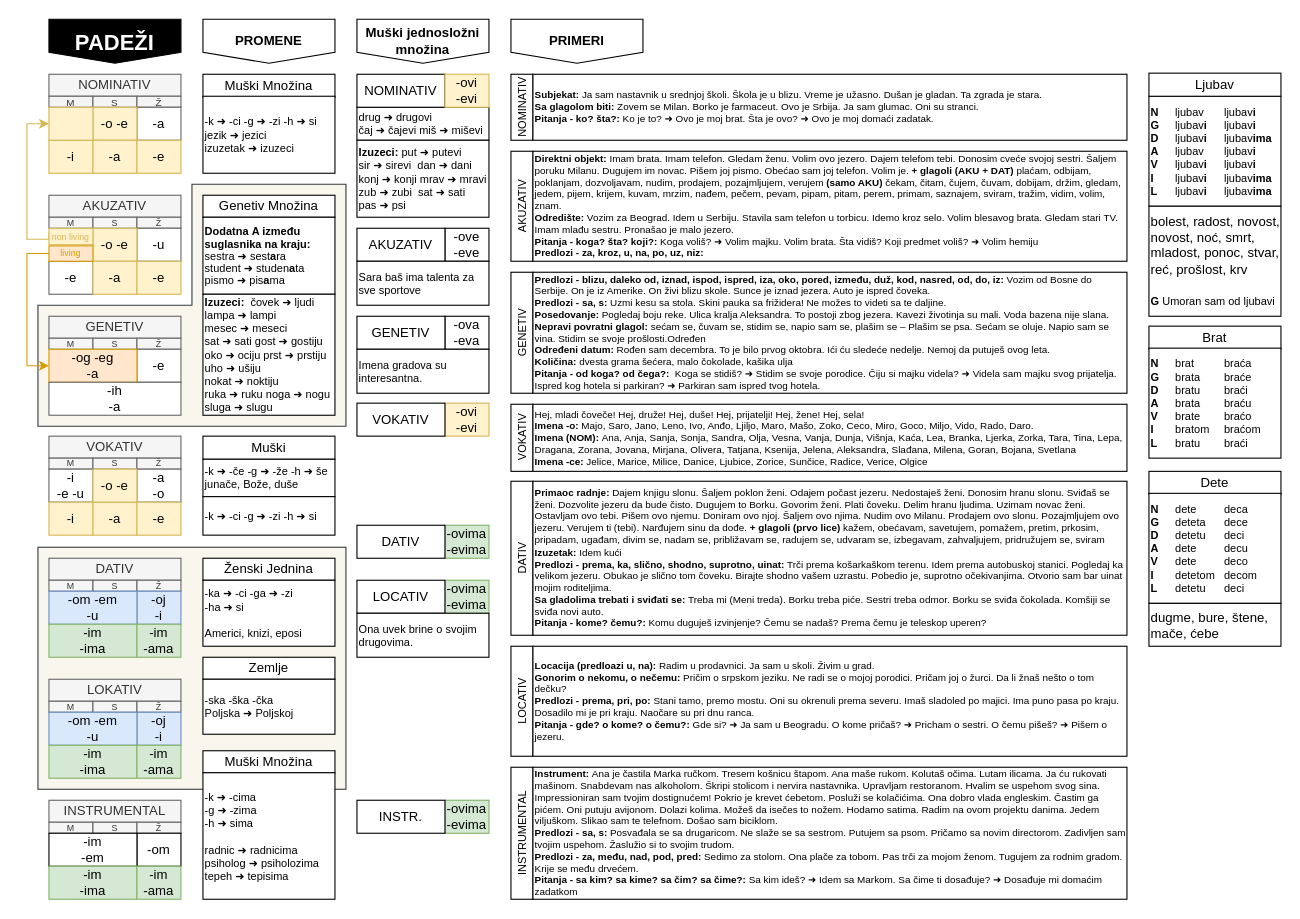
Before: padezi.drawio in vlandivir/srpski, a draw.io diagram. Source tidied: cells renumbered, new cells numbered last; positions are measured from the earlier drawing's top-left corner, leaving out a move shared by most shapes. Both pictures are drawn from the tidied source at 110%, with x=0, y=0 at pixel (26, 19).
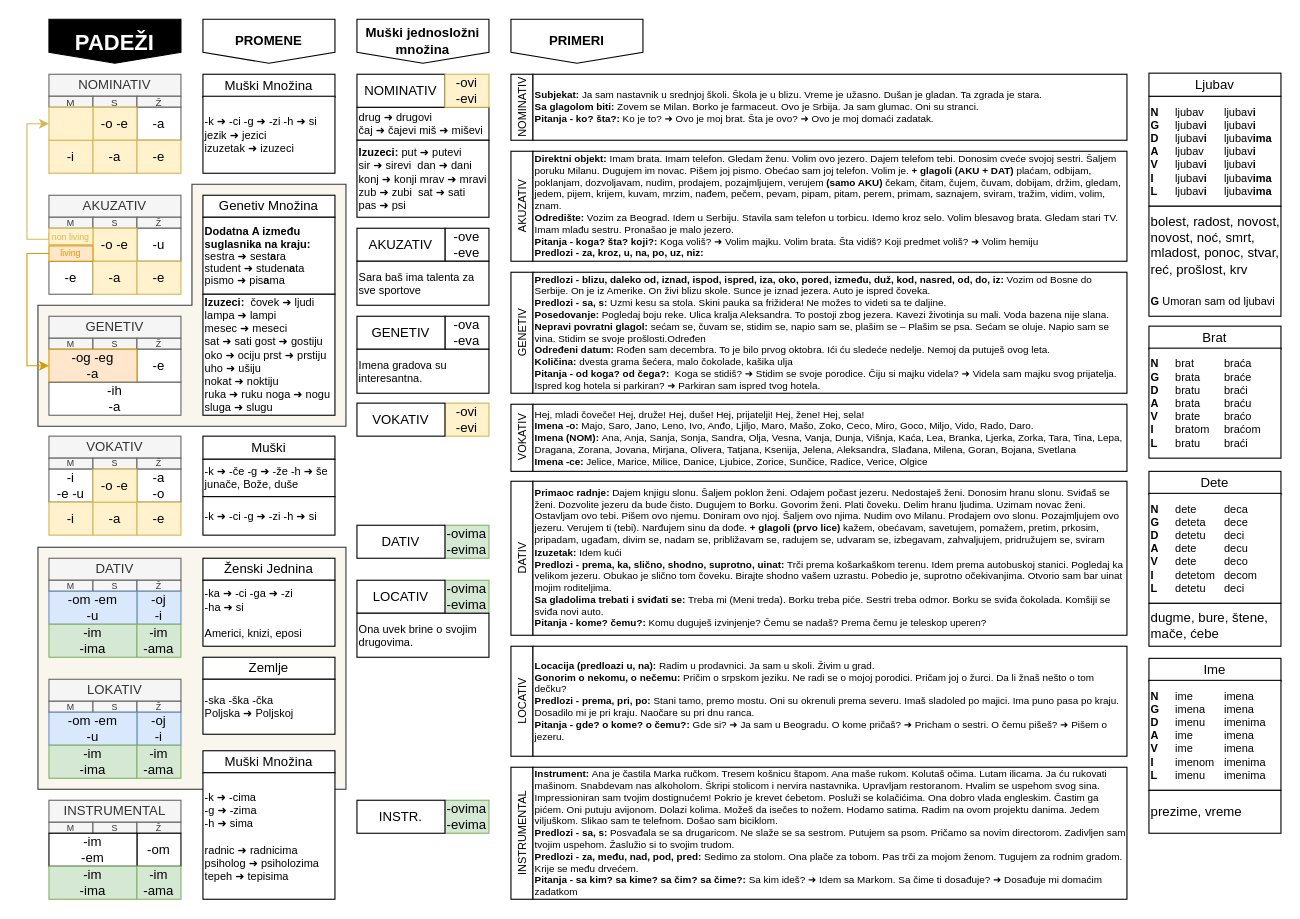
The same diagram, later.

Change to the diagram source:
```diff
@@
+    <mxCell id="127" value="Ime" style="rounded=0;whiteSpace=wrap;html=1;" parent="1" vertex="1">
+      <mxGeometry x="1020" y="581" width="120" height="21" as="geometry" />
+    </mxCell>
+    <mxCell id="128" value="&lt;font style=&quot;font-size: 10px;&quot;&gt;&lt;b style=&quot;font-size: 10px;&quot;&gt;N&lt;/b&gt;&lt;span style=&quot;font-size: 10px; white-space: pre;&quot;&gt;&#9;&lt;/span&gt;ime&lt;span style=&quot;font-size: 10px; white-space: pre;&quot;&gt;&#9;&lt;span style=&quot;white-space: pre;&quot;&gt;&#9;&lt;/span&gt;i&lt;/span&gt;mena&lt;br style=&quot;font-size: 10px;&quot;&gt;&lt;b style=&quot;font-size: 10px;&quot;&gt;G&lt;/b&gt;&lt;span style=&quot;font-size: 10px; white-space: pre;&quot;&gt;&#9;&lt;/span&gt;imena&lt;span style=&quot;font-size: 10px; white-space: pre; font-weight: bold;&quot;&gt;&#9;&lt;/span&gt;imena&lt;br style=&quot;font-size: 10px;&quot;&gt;&lt;b style=&quot;font-size: 10px;&quot;&gt;D&lt;/b&gt;&lt;span style=&quot;font-size: 10px; white-space: pre;&quot;&gt;&#9;&lt;/span&gt;imenu&lt;span style=&quot;font-size: 10px; white-space: pre; font-weight: bold;&quot;&gt;&#9;&lt;/span&gt;imenima&lt;br style=&quot;font-size: 10px;&quot;&gt;&lt;b style=&quot;font-size: 10px;&quot;&gt;A&lt;/b&gt;&lt;span style=&quot;font-size: 10px; white-space: pre;&quot;&gt;&#9;&lt;/span&gt;ime&lt;span style=&quot;white-space: pre;&quot;&gt;&#9;&lt;/span&gt;&lt;span style=&quot;white-space: pre;&quot;&gt;&#9;&lt;/span&gt;imena&lt;br style=&quot;font-size: 10px;&quot;&gt;&lt;span style=&quot;font-size: 10px;&quot;&gt;&lt;b&gt;V&lt;/b&gt;&lt;span style=&quot;font-weight: bold; white-space: pre;&quot;&gt;&#9;&lt;/span&gt;ime&lt;span style=&quot;white-space: pre;&quot;&gt;&#9;&lt;/span&gt;&lt;/span&gt;&lt;span style=&quot;font-size: 10px;&quot;&gt;&lt;span style=&quot;font-weight: bold; white-space: pre;&quot;&gt;&#9;&lt;/span&gt;imena&lt;/span&gt;&lt;br style=&quot;font-size: 10px;&quot;&gt;&lt;span style=&quot;font-size: 10px;&quot;&gt;&lt;b&gt;I&lt;/b&gt;&lt;span style=&quot;font-weight: bold; white-space: pre;&quot;&gt;&#9;&lt;/span&gt;imenom&lt;/span&gt;&lt;span style=&quot;font-size: 10px;&quot;&gt;&lt;b&gt;&amp;nbsp;&lt;/b&gt;&lt;span style=&quot;font-weight: bold; white-space: pre;&quot;&gt;&#9;&lt;/span&gt;imenima&lt;/span&gt;&lt;br style=&quot;font-size: 10px;&quot;&gt;&lt;b style=&quot;font-size: 10px;&quot;&gt;L&lt;/b&gt;&lt;span style=&quot;font-size: 10px; white-space: pre;&quot;&gt;&#9;&lt;/span&gt;imenu&lt;span style=&quot;font-size: 10px;&quot;&gt;&lt;span style=&quot;font-weight: bold; white-space: pre;&quot;&gt;&#9;&lt;/span&gt;imenima&lt;/span&gt;&lt;br style=&quot;font-size: 10px;&quot;&gt;&lt;/font&gt;" style="rounded=0;html=1;align=left;fontSize=10;fontFamily=Helvetica;spacing=2;" parent="1" vertex="1">
+      <mxGeometry x="1020" y="601" width="120" height="100" as="geometry" />
+    </mxCell>
+    <mxCell id="129" value="&lt;font style=&quot;&quot;&gt;prezime, vreme&lt;br style=&quot;font-size: 12px;&quot;&gt;&lt;/font&gt;" style="rounded=0;html=1;align=left;fontSize=12;fontFamily=Helvetica;spacing=2;whiteSpace=wrap;" parent="1" vertex="1">
+      <mxGeometry x="1020" y="701" width="120" height="39" as="geometry" />
+    </mxCell>
```
